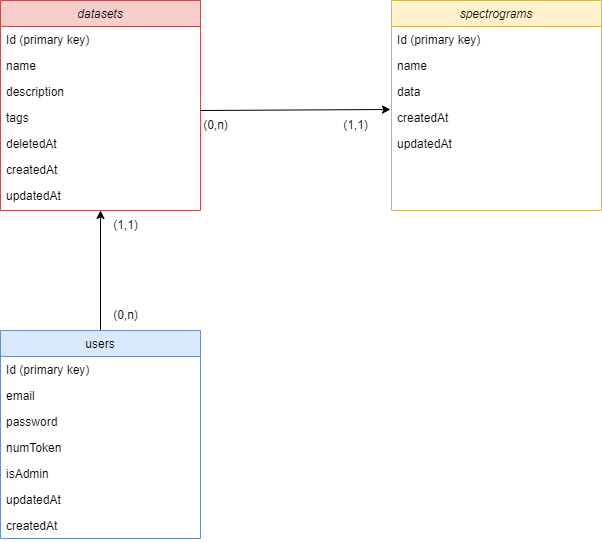
Above: diagrammi/DiagrammaRelazionale.drawio.png in LauraFe01/Inference-Management-System (draw.io), before the change. Source tidied: cells renumbered, new cells last; positions are measured from the earlier drawing's top-left corner, leaving out a move shared by most shapes.
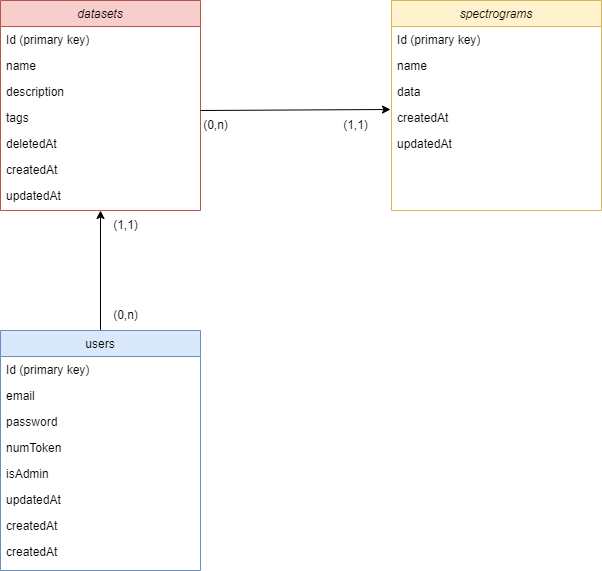
The same file after the commit.

The edit, as a diff of the source:
```diff
@@ -24,7 +24,7 @@
       <mxGeometry relative="1" as="geometry" />
     </mxCell>
     <mxCell id="9" value="users" style="swimlane;fontStyle=0;align=center;verticalAlign=top;horizontal=1;startSize=26;rounded=0;shadow=0;strokeWidth=1;fillColor=#dae8fc;strokeColor=#6c8ebf;" parent="1" vertex="1">
-      <mxGeometry y="330" width="200" height="208" as="geometry" />
+      <mxGeometry y="330" width="200" height="240" as="geometry" />
     </mxCell>
     <mxCell id="10" value="Id (primary key)" style="text;align=left;verticalAlign=top;spacingLeft=4;spacingRight=4;overflow=hidden;rounded=0;shadow=0;html=0;" parent="9" vertex="1">
       <mxGeometry y="26" width="200" height="26" as="geometry" />
@@ -92,5 +92,8 @@
     <mxCell id="30" value="(1,1)" style="text;html=1;align=center;verticalAlign=middle;strokeColor=none;fillColor=none;" parent="1" vertex="1">
       <mxGeometry x="100" y="210" width="50" height="30" as="geometry" />
     </mxCell>
+    <mxCell id="31" value="createdAt" style="text;align=left;verticalAlign=top;spacingLeft=4;spacingRight=4;overflow=hidden;rounded=0;shadow=0;html=0;" parent="1" vertex="1">
+      <mxGeometry y="538" width="200" height="26" as="geometry" />
+    </mxCell>
   </root>
 </mxGraphModel>
```
